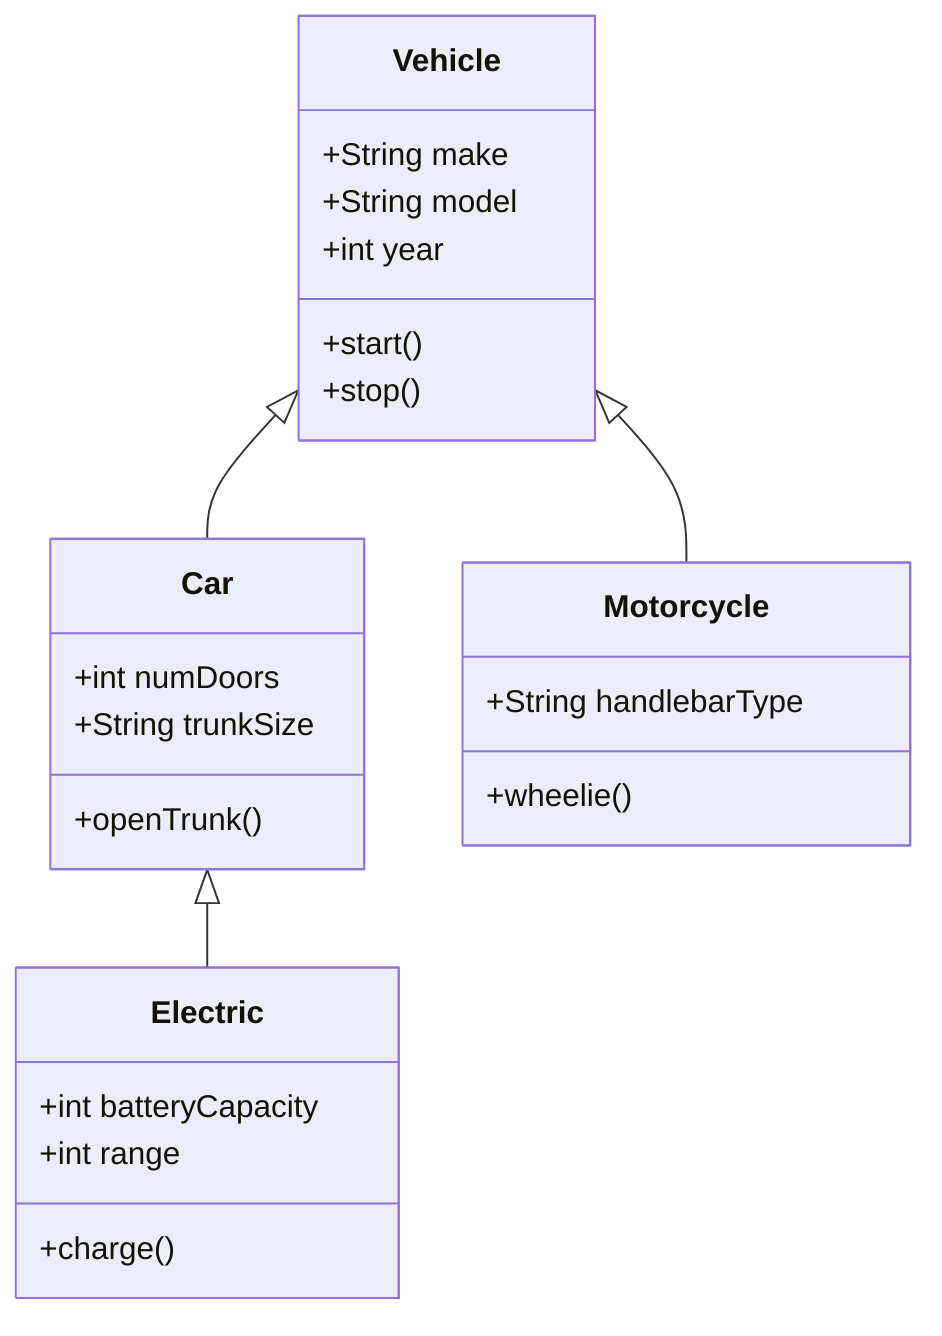
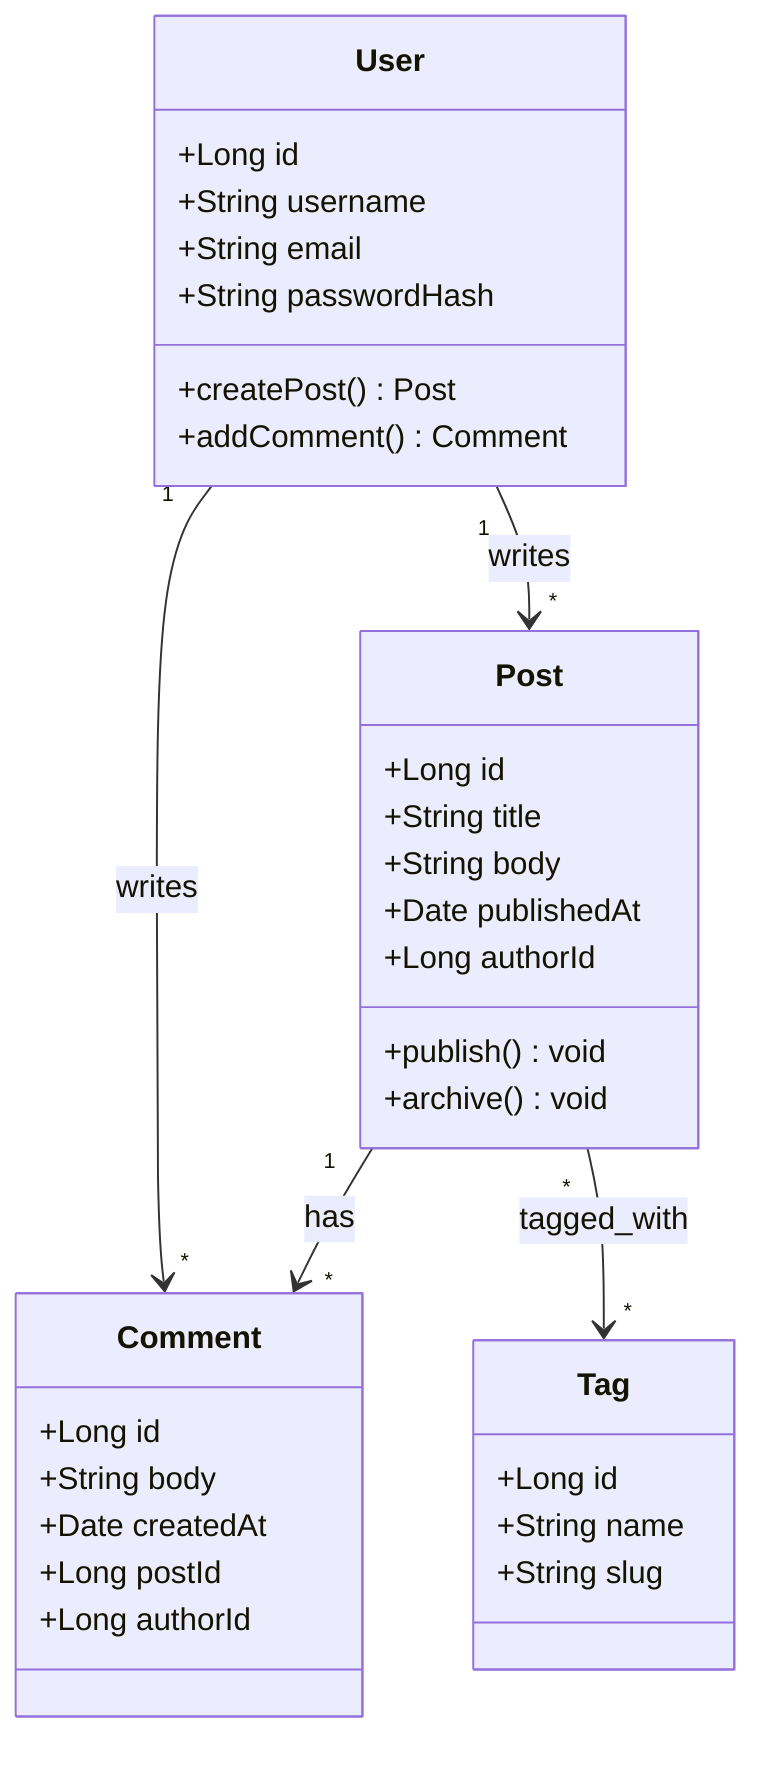
classDiagram
-     class Vehicle {
-         +String make
-         +String model
-         +int year
-         +start()
-         +stop()
+     class User {
+         +Long id
+         +String username
+         +String email
+         +String passwordHash
+         +createPost() Post
+         +addComment() Comment
    }
-     class Car {
-         +int numDoors
-         +String trunkSize
-         +openTrunk()
+ 
+     class Post {
+         +Long id
+         +String title
+         +String body
+         +Date publishedAt
+         +Long authorId
+         +publish() void
+         +archive() void
    }
-     class Motorcycle {
-         +String handlebarType
-         +wheelie()
+ 
+     class Comment {
+         +Long id
+         +String body
+         +Date createdAt
+         +Long postId
+         +Long authorId
    }
-     class Electric {
-         +int batteryCapacity
-         +int range
-         +charge()
+ 
+     class Tag {
+         +Long id
+         +String name
+         +String slug
    }
-     Vehicle <|-- Car
-     Vehicle <|-- Motorcycle
-     Car <|-- Electric
+ 
+     User "1" --> "*" Post : writes
+     User "1" --> "*" Comment : writes
+     Post "1" --> "*" Comment : has
+     Post "*" --> "*" Tag : tagged_with
